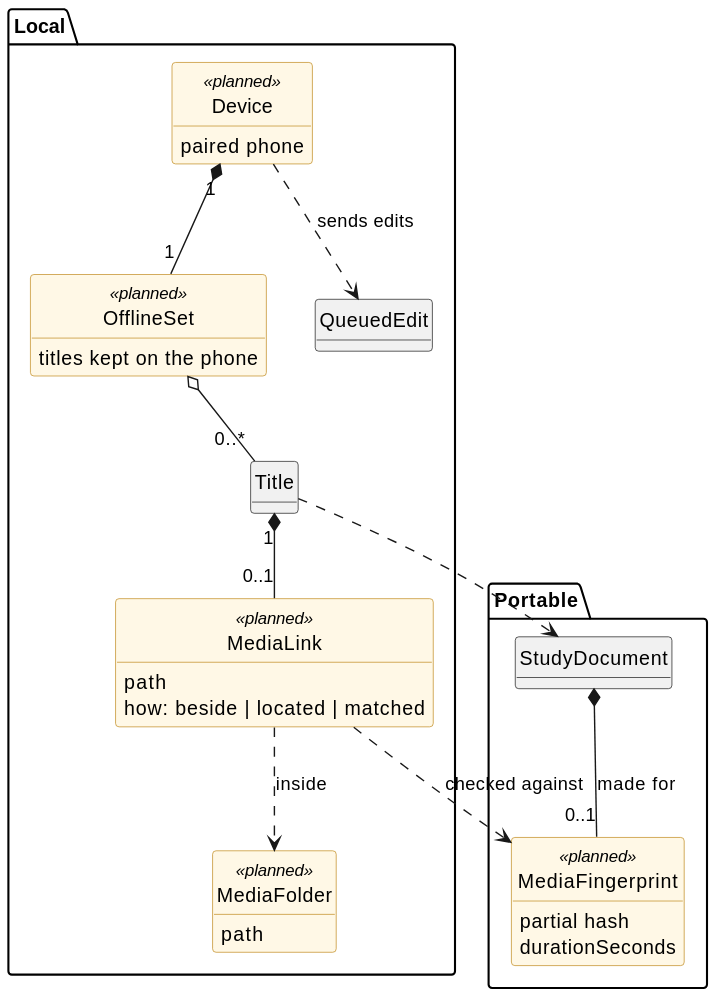
Earlier version of the PlantUML export docs/diagrams/roadmap-model.svg (parkie213/petites-roues).
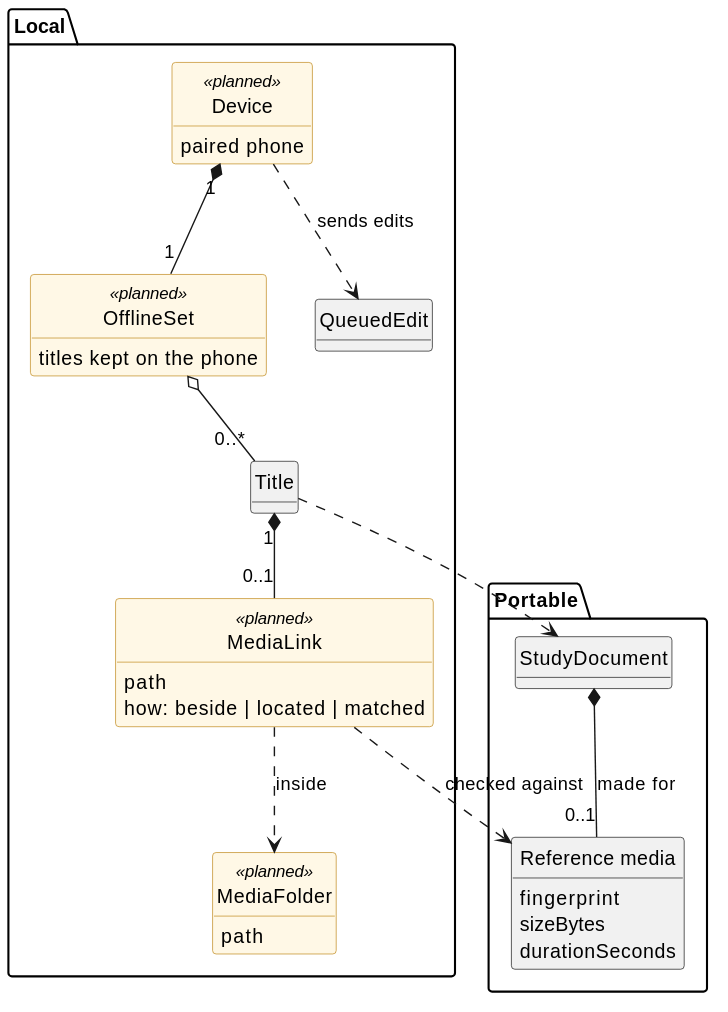
Above is the later version.

Diff of the diagram source:
```diff
@@ -11,8 +11,9 @@
 
 package "Portable" {
   class StudyDocument
-  class MediaFingerprint <<planned>> {
-    partial hash
+  class "Reference media" as Reference {
+    fingerprint
+    sizeBytes
     durationSeconds
   }
 }
@@ -34,11 +35,11 @@
   class QueuedEdit
 }
 
-StudyDocument *-- "0..1" MediaFingerprint : made for
+StudyDocument *-- "0..1" Reference : made for
 Title ..> StudyDocument
 Title "1" *-- "0..1" MediaLink
 MediaLink ..> MediaFolder : inside
-MediaLink ..> MediaFingerprint : checked against
+MediaLink ..> Reference : checked against
 Device "1" *-- "1" OfflineSet
 OfflineSet o-- "0..*" Title
 Device ..> QueuedEdit : sends edits
```
